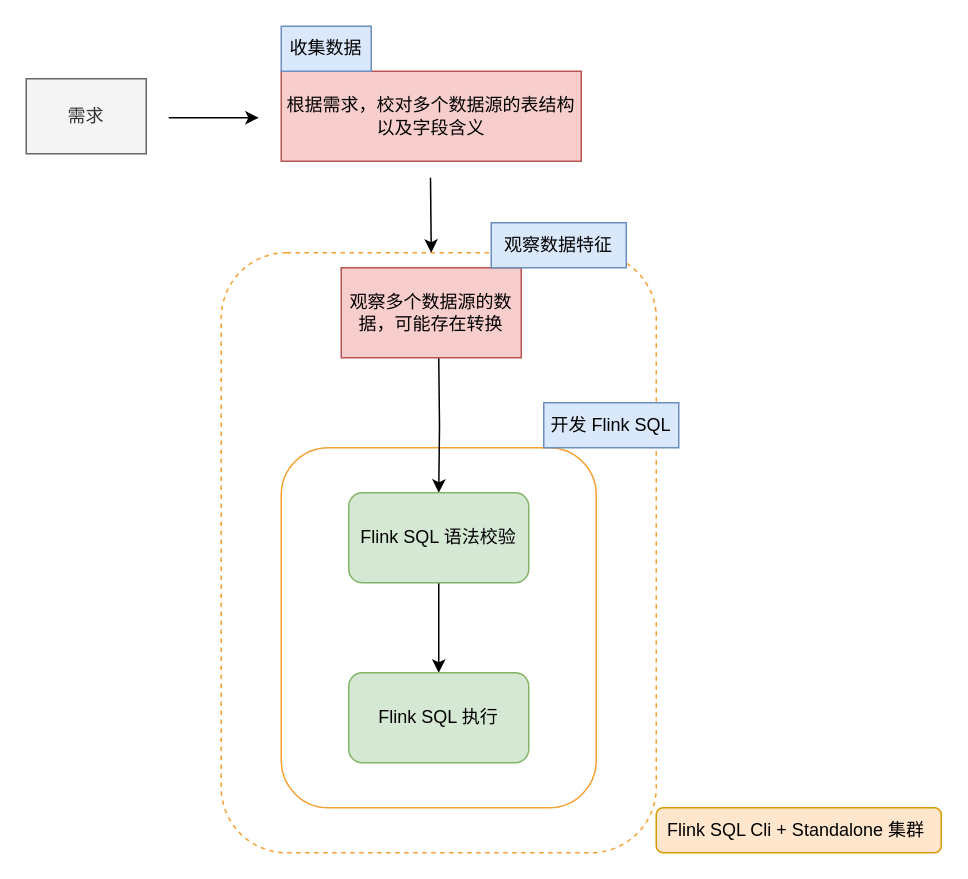
The draw.io diagram Drawio/Flink SQL CLI.drawio in xinzhuxiansheng/blog-notes, before the edit. Source tidied: cells renumbered, new cells numbered last; positions are measured from the earlier drawing's top-left corner, leaving out a move shared by most shapes. Both pictures are drawn from the tidied source at 150%, with x=0, y=0 at pixel (26, 26).
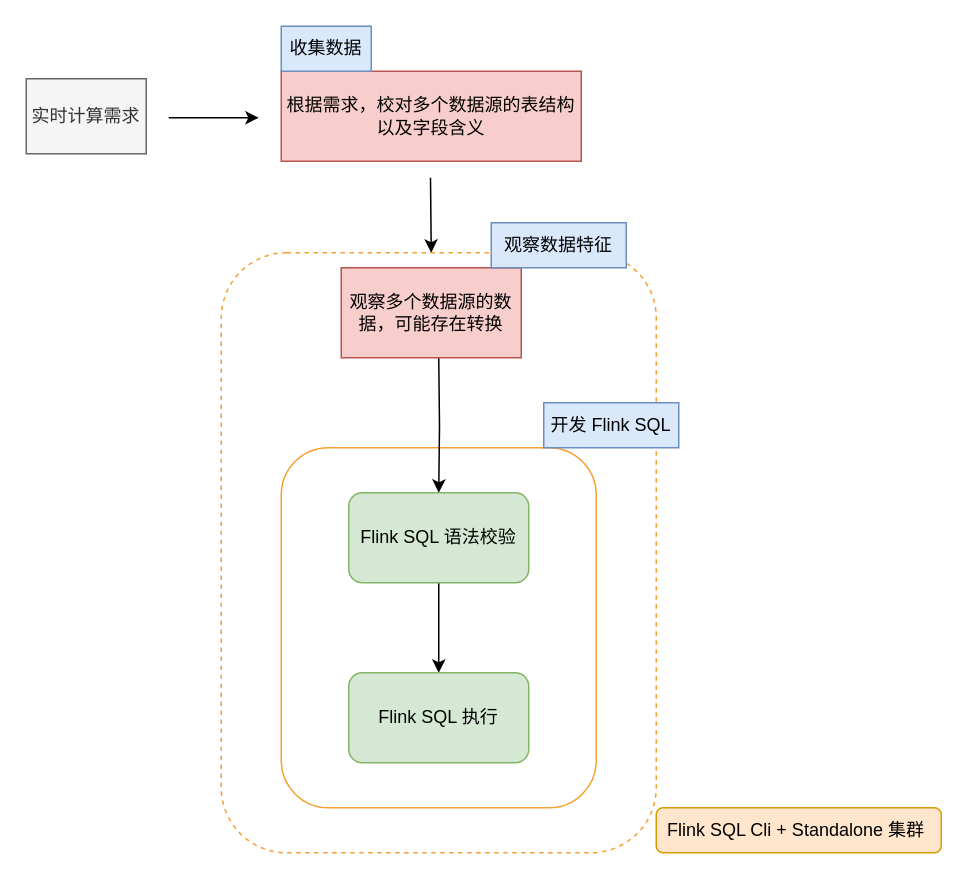
Above is the later version.

The edit, as a diff of the source:
```diff
@@
 <mxGraphModel>
   <root>
     <mxCell id="0" />
     <mxCell id="1" parent="0" />
     <mxCell id="2" style="rounded=1;whiteSpace=wrap;html=1;strokeColor=#F5A030;fillColor=none;dashed=1;" parent="1" vertex="1">
       <mxGeometry x="130" y="151" width="290" height="400" as="geometry" />
     </mxCell>
     <mxCell id="3" style="rounded=1;whiteSpace=wrap;html=1;strokeColor=#F5A030;fillColor=none;" parent="1" vertex="1">
       <mxGeometry x="170" y="281" width="210" height="240" as="geometry" />
     </mxCell>
-    <mxCell id="4" value="需求" style="rounded=0;whiteSpace=wrap;html=1;fillColor=#f5f5f5;fontColor=#333333;strokeColor=#666666;" parent="1" vertex="1">
+    <mxCell id="4" value="实时计算需求" style="rounded=0;whiteSpace=wrap;html=1;fillColor=#f5f5f5;fontColor=#333333;strokeColor=#666666;" parent="1" vertex="1">
       <mxGeometry y="35" width="80" height="50" as="geometry" />
     </mxCell>
     <mxCell id="5" style="endArrow=classic;html=1;rounded=0;" parent="1" edge="1">
       <mxGeometry relative="1" as="geometry">
         <mxPoint x="95" y="61" as="sourcePoint" />
         <mxPoint x="155" y="61" as="targetPoint" />
       </mxGeometry>
     </mxCell>
     <mxCell id="6" value="根据需求，校对多个数据源的表结构以及字段含义" style="rounded=0;whiteSpace=wrap;html=1;fillColor=#f8cecc;strokeColor=#b85450;" parent="1" vertex="1">
       <mxGeometry x="170" y="30" width="200" height="60" as="geometry" />
     </mxCell>
     <mxCell id="7" style="edgeStyle=orthogonalEdgeStyle;rounded=0;jettySize=auto;html=1;entryX=0.5;entryY=0;entryDx=0;entryDy=0;" parent="1" edge="1" target="13">
       <mxGeometry relative="1" as="geometry">
         <mxPoint x="275" y="221" as="sourcePoint" />
       </mxGeometry>
     </mxCell>
     <mxCell id="8" value="观察多个数据源的数据，可能存在转换" style="rounded=0;whiteSpace=wrap;html=1;fillColor=#f8cecc;strokeColor=#b85450;" parent="1" vertex="1">
       <mxGeometry x="210" y="161" width="120" height="60" as="geometry" />
     </mxCell>
     <mxCell id="9" style="endArrow=classic;html=1;rounded=0;" parent="1" edge="1">
       <mxGeometry relative="1" as="geometry">
         <mxPoint x="269.5" y="101" as="sourcePoint" />
         <mxPoint x="270" y="151" as="targetPoint" />
       </mxGeometry>
     </mxCell>
     <mxCell id="10" value="收集数据" style="text;html=1;align=center;verticalAlign=middle;whiteSpace=wrap;rounded=0;fillColor=#dae8fc;strokeColor=#6c8ebf;" parent="1" vertex="1">
       <mxGeometry x="170" width="60" height="30" as="geometry" />
     </mxCell>
     <mxCell id="11" value="观察数据特征" style="text;html=1;align=center;verticalAlign=middle;whiteSpace=wrap;rounded=0;fillColor=#dae8fc;strokeColor=#6c8ebf;" parent="1" vertex="1">
       <mxGeometry x="310" y="131" width="90" height="30" as="geometry" />
     </mxCell>
     <mxCell id="12" style="edgeStyle=orthogonalEdgeStyle;rounded=0;jettySize=auto;html=1;entryX=0.5;entryY=0;entryDx=0;entryDy=0;" parent="1" edge="1" source="13" target="14">
       <mxGeometry relative="1" as="geometry" />
     </mxCell>
     <mxCell id="13" value="Flink SQL 语法校验" style="rounded=1;whiteSpace=wrap;html=1;fillColor=#d5e8d4;strokeColor=#82b366;" parent="1" vertex="1">
       <mxGeometry x="215" y="311" width="120" height="60" as="geometry" />
     </mxCell>
     <mxCell id="14" value="Flink SQL 执行" style="rounded=1;whiteSpace=wrap;html=1;fillColor=#d5e8d4;strokeColor=#82b366;" parent="1" vertex="1">
       <mxGeometry x="215" y="431" width="120" height="60" as="geometry" />
     </mxCell>
     <mxCell id="15" value="开发 Flink SQL" style="text;html=1;align=center;verticalAlign=middle;whiteSpace=wrap;rounded=0;fillColor=#dae8fc;strokeColor=#6c8ebf;" parent="1" vertex="1">
       <mxGeometry x="345" y="251" width="90" height="30" as="geometry" />
     </mxCell>
     <mxCell id="16" value="Flink SQL Cli + Standalone 集群&amp;nbsp;" style="text;html=1;align=center;verticalAlign=middle;whiteSpace=wrap;rounded=1;fillColor=#ffe6cc;strokeColor=#d79b00;" parent="1" vertex="1">
       <mxGeometry x="420" y="521" width="190" height="30" as="geometry" />
     </mxCell>
   </root>
 </mxGraphModel>
```
